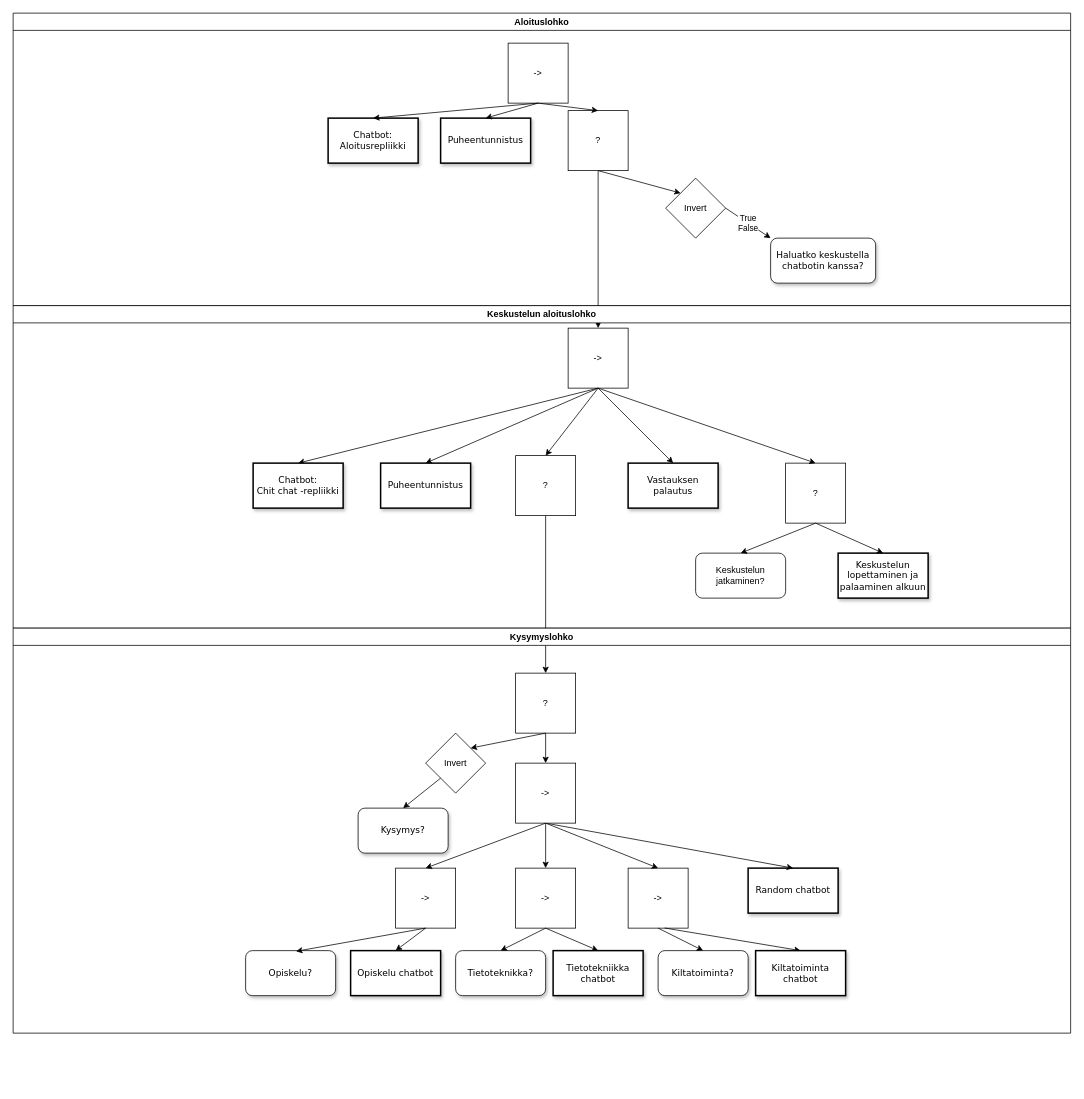
ouspg/SOP-Robot keeps this draw.io diagram as Behavior_tree.drawio. Above is the earlier version. Source tidied: cells renumbered, new cells numbered last; positions are measured from the earlier drawing's top-left corner, leaving out a move shared by most shapes. Both pictures are drawn from the tidied source at 75%, with x=0, y=0 at pixel (13, 13).
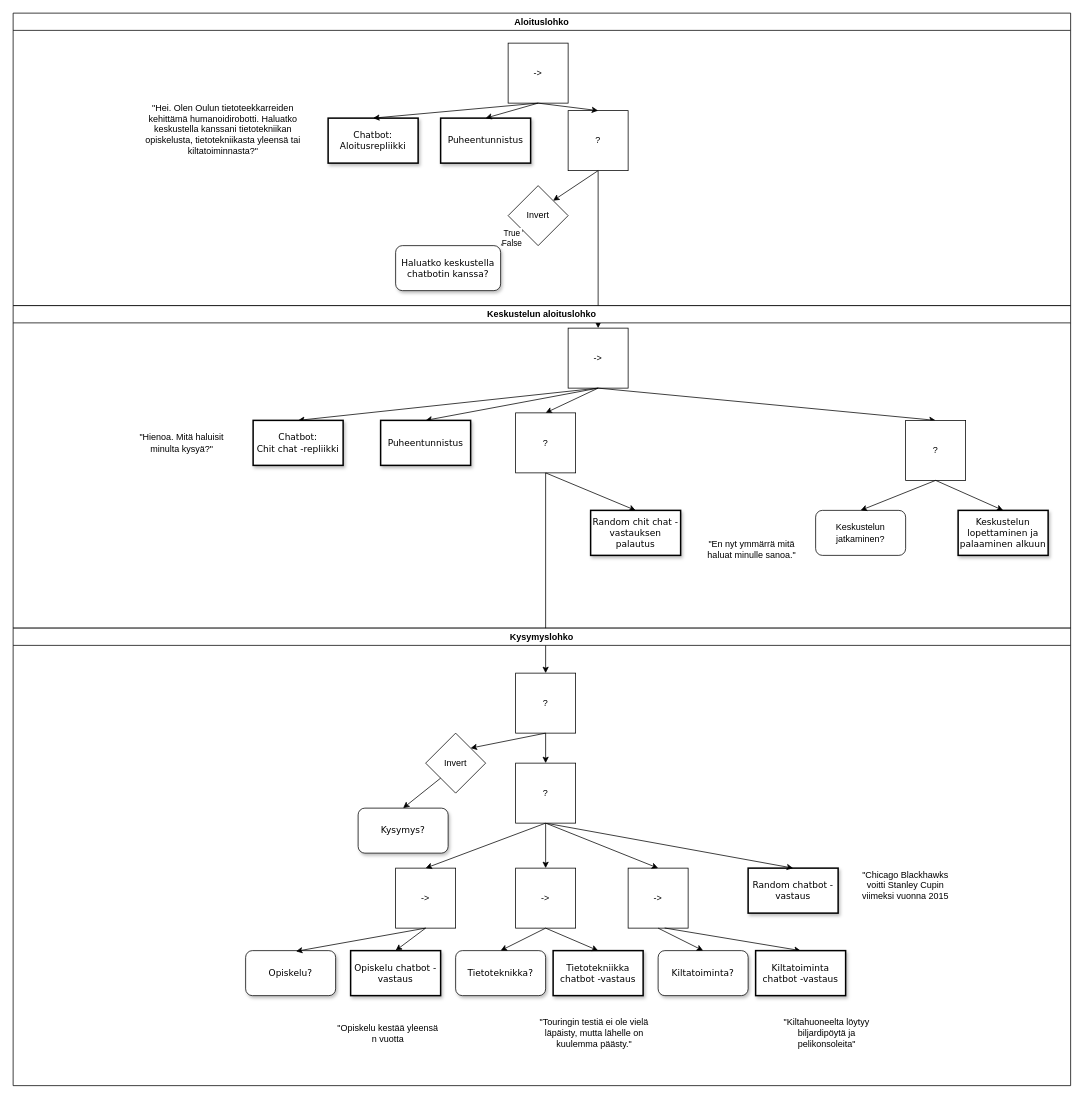
The same diagram, later.

The change refers to these unchanged cells:
```xml
<mxCell id="3" value="-&amp;gt;" style="whiteSpace=wrap;html=1;" parent="2" vertex="1">
  <mxGeometry x="740" y="420" width="80" height="80" as="geometry" />
</mxCell>
<mxCell id="40" value="Aloituslohko" style="swimlane;whiteSpace=wrap;html=1;" parent="2" vertex="1">
  <mxGeometry width="1410" height="390" as="geometry" />
</mxCell>
<mxCell id="43" value="?" style="whiteSpace=wrap;html=1;" parent="40" vertex="1">
  <mxGeometry x="740" y="130" width="80" height="80" as="geometry" />
</mxCell>
<mxCell id="55" value="Keskustelun aloituslohko" style="swimlane;whiteSpace=wrap;html=1;" parent="2" vertex="1">
  <mxGeometry y="390" width="1410" height="430" as="geometry" />
</mxCell>
```

The edit, as a diff of the source:
```diff
@@
     <mxCell id="2" style="group;" parent="1" vertex="1">
-      <mxGeometry width="1410" height="1360" as="geometry" />
+      <mxGeometry width="1410" height="1430" as="geometry" />
     </mxCell>
@@
-    <mxCell id="10" value="Opiskelu chatbot" style="whiteSpace=wrap;html=1;rounded=0;shadow=1;labelBackgroundColor=none;strokeWidth=2;fontFamily=Verdana;fontSize=12;align=center;" parent="2" vertex="1">
+    <mxCell id="10" value="Opiskelu chatbot -vastaus" style="whiteSpace=wrap;html=1;rounded=0;shadow=1;labelBackgroundColor=none;strokeWidth=2;fontFamily=Verdana;fontSize=12;align=center;" parent="2" vertex="1">
       <mxGeometry x="450" y="1250" width="120" height="60" as="geometry" />
     </mxCell>
@@
-    <mxCell id="14" value="Tietotekniikka chatbot" style="whiteSpace=wrap;html=1;rounded=0;shadow=1;labelBackgroundColor=none;strokeWidth=2;fontFamily=Verdana;fontSize=12;align=center;" parent="2" vertex="1">
+    <mxCell id="14" value="Tietotekniikka chatbot -vastaus" style="whiteSpace=wrap;html=1;rounded=0;shadow=1;labelBackgroundColor=none;strokeWidth=2;fontFamily=Verdana;fontSize=12;align=center;" parent="2" vertex="1">
       <mxGeometry x="720" y="1250" width="120" height="60" as="geometry" />
     </mxCell>
@@
-    <mxCell id="21" value="&lt;span&gt;Kiltatoiminta chatbot&lt;/span&gt;" style="whiteSpace=wrap;html=1;rounded=0;shadow=1;labelBackgroundColor=none;strokeWidth=2;fontFamily=Verdana;fontSize=12;align=center;" parent="2" vertex="1">
+    <mxCell id="21" value="&lt;span&gt;Kiltatoiminta chatbot -vastaus&lt;/span&gt;" style="whiteSpace=wrap;html=1;rounded=0;shadow=1;labelBackgroundColor=none;strokeWidth=2;fontFamily=Verdana;fontSize=12;align=center;" parent="2" vertex="1">
       <mxGeometry x="990" y="1250" width="120" height="60" as="geometry" />
     </mxCell>
-    <mxCell id="22" value="&lt;span&gt;Random chatbot&lt;/span&gt;" style="whiteSpace=wrap;html=1;rounded=0;shadow=1;labelBackgroundColor=none;strokeWidth=2;fontFamily=Verdana;fontSize=12;align=center;" parent="2" vertex="1">
+    <mxCell id="22" value="&lt;span&gt;Random chatbot -vastaus&lt;/span&gt;" style="whiteSpace=wrap;html=1;rounded=0;shadow=1;labelBackgroundColor=none;strokeWidth=2;fontFamily=Verdana;fontSize=12;align=center;" parent="2" vertex="1">
       <mxGeometry x="980" y="1140" width="120" height="60" as="geometry" />
     </mxCell>
@@
-    <mxCell id="26" style="endArrow=classic;html=1;rounded=0;exitX=0.5;exitY=1;exitDx=0;exitDy=0;entryX=0.5;entryY=0;entryDx=0;entryDy=0;" parent="2" edge="1" source="3" target="58">
-      <mxGeometry relative="1" as="geometry" />
-    </mxCell>
@@
-    <mxCell id="33" value="-&amp;gt;" style="whiteSpace=wrap;html=1;" parent="2" vertex="1">
+    <mxCell id="33" value="?" style="whiteSpace=wrap;html=1;" parent="2" vertex="1">
       <mxGeometry x="670" y="1000" width="80" height="80" as="geometry" />
     </mxCell>
@@
-    <mxCell id="37" value="?" style="whiteSpace=wrap;html=1;" parent="2" vertex="1">
-      <mxGeometry x="1030" y="600" width="80" height="80" as="geometry" />
-    </mxCell>
@@
-    <mxCell id="39" value="Keskustelun jatkaminen?" style="rounded=1;whiteSpace=wrap;html=1;" parent="2" vertex="1">
-      <mxGeometry x="910" y="720" width="120" height="60" as="geometry" />
-    </mxCell>
@@
     <mxCell id="44" value="Invert" style="rhombus;whiteSpace=wrap;html=1;direction=south;" parent="40" vertex="1">
-      <mxGeometry x="870" y="220" width="80" height="80" as="geometry" />
+      <mxGeometry x="660" y="230" width="80" height="80" as="geometry" />
     </mxCell>
-    <mxCell id="45" style="endArrow=classic;html=1;rounded=0;entryX=0;entryY=1;entryDx=0;entryDy=0;exitX=0.5;exitY=1;exitDx=0;exitDy=0;" parent="40" edge="1" source="43" target="44">
+    <mxCell id="45" style="endArrow=classic;html=1;rounded=0;entryX=0;entryY=0;entryDx=0;entryDy=0;exitX=0.5;exitY=1;exitDx=0;exitDy=0;" parent="40" edge="1" source="43" target="44">
       <mxGeometry relative="1" as="geometry" />
     </mxCell>
     <mxCell id="46" value="Haluatko keskustella chatbotin kanssa?" style="whiteSpace=wrap;html=1;rounded=1;shadow=1;labelBackgroundColor=none;strokeWidth=1;fontFamily=Verdana;fontSize=12;align=center;" parent="40" vertex="1">
-      <mxGeometry x="1010" y="300" width="140" height="60" as="geometry" />
+      <mxGeometry x="510" y="310" width="140" height="60" as="geometry" />
     </mxCell>
-    <mxCell id="47" value="True&lt;br&gt;False" style="endArrow=classic;html=1;rounded=0;exitX=0.5;exitY=0;exitDx=0;exitDy=0;entryX=0;entryY=0;entryDx=0;entryDy=0;" parent="40" edge="1" source="44" target="46">
+    <mxCell id="47" value="True&lt;br&gt;False" style="endArrow=classic;html=1;rounded=0;exitX=1;exitY=1;exitDx=0;exitDy=0;entryX=1;entryY=0;entryDx=0;entryDy=0;" parent="40" edge="1" source="44" target="46">
       <mxGeometry relative="1" as="geometry" />
     </mxCell>
@@
-    <mxCell id="52" style="endArrow=classic;html=1;rounded=0;entryX=0.5;entryY=0;entryDx=0;entryDy=0;exitX=0.5;exitY=1;exitDx=0;exitDy=0;" parent="2" edge="1" source="37" target="39">
-      <mxGeometry relative="1" as="geometry" />
-    </mxCell>
-    <mxCell id="53" value="&lt;span&gt;Keskustelun lopettaminen ja palaaminen alkuun&lt;/span&gt;" style="whiteSpace=wrap;html=1;rounded=0;shadow=1;labelBackgroundColor=none;strokeWidth=2;fontFamily=Verdana;fontSize=12;align=center;" parent="2" vertex="1">
-      <mxGeometry x="1100" y="720" width="120" height="60" as="geometry" />
-    </mxCell>
-    <mxCell id="54" style="endArrow=classic;html=1;rounded=0;entryX=0.5;entryY=0;entryDx=0;entryDy=0;exitX=0.5;exitY=1;exitDx=0;exitDy=0;" parent="2" edge="1" source="37" target="53">
-      <mxGeometry relative="1" as="geometry" />
-    </mxCell>
+    <mxCell id="61" value="&quot;Hei. Olen Oulun tietoteekkarreiden kehittämä humanoidirobotti. Haluatko keskustella kanssani tietotekniikan opiskelusta, tietotekniikasta yleensä tai kiltatoiminnasta?&quot;" style="text;html=1;strokeColor=none;fillColor=none;align=center;verticalAlign=middle;whiteSpace=wrap;rounded=0;" parent="40" vertex="1">
+      <mxGeometry x="170" y="90" width="220" height="129" as="geometry" />
+    </mxCell>
@@
     <mxCell id="56" value="&lt;span&gt;Puheentunnistus&lt;/span&gt;" style="whiteSpace=wrap;html=1;rounded=0;shadow=1;labelBackgroundColor=none;strokeWidth=2;fontFamily=Verdana;fontSize=12;align=center;" parent="55" vertex="1">
-      <mxGeometry x="490" y="210" width="120" height="60" as="geometry" />
+      <mxGeometry x="490" y="153" width="120" height="60" as="geometry" />
     </mxCell>
     <mxCell id="57" value="?" style="whiteSpace=wrap;html=1;" parent="55" vertex="1">
-      <mxGeometry x="670" y="200" width="80" height="80" as="geometry" />
+      <mxGeometry x="670" y="143" width="80" height="80" as="geometry" />
     </mxCell>
-    <mxCell id="58" value="&lt;span&gt;Vastauksen palautus&lt;/span&gt;" style="whiteSpace=wrap;html=1;rounded=0;shadow=1;labelBackgroundColor=none;strokeWidth=2;fontFamily=Verdana;fontSize=12;align=center;" parent="55" vertex="1">
-      <mxGeometry x="820" y="210" width="120" height="60" as="geometry" />
+    <mxCell id="58" value="&lt;span&gt;Random chit chat -vastauksen palautus&lt;/span&gt;" style="whiteSpace=wrap;html=1;rounded=0;shadow=1;labelBackgroundColor=none;strokeWidth=2;fontFamily=Verdana;fontSize=12;align=center;" parent="55" vertex="1">
+      <mxGeometry x="770" y="273" width="120" height="60" as="geometry" />
     </mxCell>
     <mxCell id="59" value="Chatbot:&lt;br&gt;Chit chat -repliikki" style="whiteSpace=wrap;html=1;rounded=0;shadow=1;labelBackgroundColor=none;strokeWidth=2;fontFamily=Verdana;fontSize=12;align=center;" parent="55" vertex="1">
-      <mxGeometry x="320" y="210" width="120" height="60" as="geometry" />
+      <mxGeometry x="320" y="153" width="120" height="60" as="geometry" />
     </mxCell>
+    <mxCell id="37" value="?" style="whiteSpace=wrap;html=1;" parent="55" vertex="1">
+      <mxGeometry x="1190" y="153" width="80" height="80" as="geometry" />
+    </mxCell>
+    <mxCell id="39" value="Keskustelun jatkaminen?" style="rounded=1;whiteSpace=wrap;html=1;" parent="55" vertex="1">
+      <mxGeometry x="1070" y="273" width="120" height="60" as="geometry" />
+    </mxCell>
+    <mxCell id="52" style="endArrow=classic;html=1;rounded=0;entryX=0.5;entryY=0;entryDx=0;entryDy=0;exitX=0.5;exitY=1;exitDx=0;exitDy=0;" parent="55" edge="1" source="37" target="39">
+      <mxGeometry relative="1" as="geometry" />
+    </mxCell>
+    <mxCell id="53" value="&lt;span&gt;Keskustelun lopettaminen ja palaaminen alkuun&lt;/span&gt;" style="whiteSpace=wrap;html=1;rounded=0;shadow=1;labelBackgroundColor=none;strokeWidth=2;fontFamily=Verdana;fontSize=12;align=center;" parent="55" vertex="1">
+      <mxGeometry x="1260" y="273" width="120" height="60" as="geometry" />
+    </mxCell>
+    <mxCell id="54" style="endArrow=classic;html=1;rounded=0;entryX=0.5;entryY=0;entryDx=0;entryDy=0;exitX=0.5;exitY=1;exitDx=0;exitDy=0;" parent="55" edge="1" source="37" target="53">
+      <mxGeometry relative="1" as="geometry" />
+    </mxCell>
+    <mxCell id="62" style="endArrow=classic;html=1;rounded=0;exitX=0.5;exitY=1;exitDx=0;exitDy=0;entryX=0.5;entryY=0;entryDx=0;entryDy=0;" parent="55" edge="1" source="57" target="58">
+      <mxGeometry relative="1" as="geometry" />
+    </mxCell>
+    <mxCell id="63" value="&quot;En nyt ymmärrä mitä haluat minulle sanoa.&quot;" style="text;html=1;strokeColor=none;fillColor=none;align=center;verticalAlign=middle;whiteSpace=wrap;rounded=0;" parent="55" vertex="1">
+      <mxGeometry x="910" y="280" width="150" height="90" as="geometry" />
+    </mxCell>
+    <mxCell id="64" value="&quot;Hienoa. Mitä haluisit minulta kysyä?&quot;" style="text;html=1;strokeColor=none;fillColor=none;align=center;verticalAlign=middle;whiteSpace=wrap;rounded=0;" parent="55" vertex="1">
+      <mxGeometry x="160" y="148" width="130" height="70" as="geometry" />
+    </mxCell>
     <mxCell id="60" value="Kysymyslohko" style="swimlane;whiteSpace=wrap;html=1;" parent="2" vertex="1">
-      <mxGeometry y="820" width="1410" height="540" as="geometry" />
+      <mxGeometry y="820" width="1410" height="610" as="geometry" />
     </mxCell>
+    <mxCell id="65" value="&quot;Opiskelu kestää yleensä n vuotta" style="text;html=1;strokeColor=none;fillColor=none;align=center;verticalAlign=middle;whiteSpace=wrap;rounded=0;" parent="60" vertex="1">
+      <mxGeometry x="430" y="520" width="140" height="40" as="geometry" />
+    </mxCell>
+    <mxCell id="66" value="&quot;Touringin testiä ei ole vielä läpäisty, mutta lähelle on kuulemma päästy.&quot;" style="text;html=1;strokeColor=none;fillColor=none;align=center;verticalAlign=middle;whiteSpace=wrap;rounded=0;" parent="60" vertex="1">
+      <mxGeometry x="680" y="510" width="190" height="60" as="geometry" />
+    </mxCell>
+    <mxCell id="67" value="&quot;Kiltahuoneelta löytyy biljardipöytä ja pelikonsoleita&quot;" style="text;html=1;strokeColor=none;fillColor=none;align=center;verticalAlign=middle;whiteSpace=wrap;rounded=0;" parent="60" vertex="1">
+      <mxGeometry x="1020" y="505" width="130" height="70" as="geometry" />
+    </mxCell>
+    <mxCell id="68" value="&quot;Chicago Blackhawks voitti Stanley Cupin viimeksi vuonna 2015" style="text;html=1;strokeColor=none;fillColor=none;align=center;verticalAlign=middle;whiteSpace=wrap;rounded=0;" parent="60" vertex="1">
+      <mxGeometry x="1130" y="310" width="120" height="65" as="geometry" />
+    </mxCell>
```
